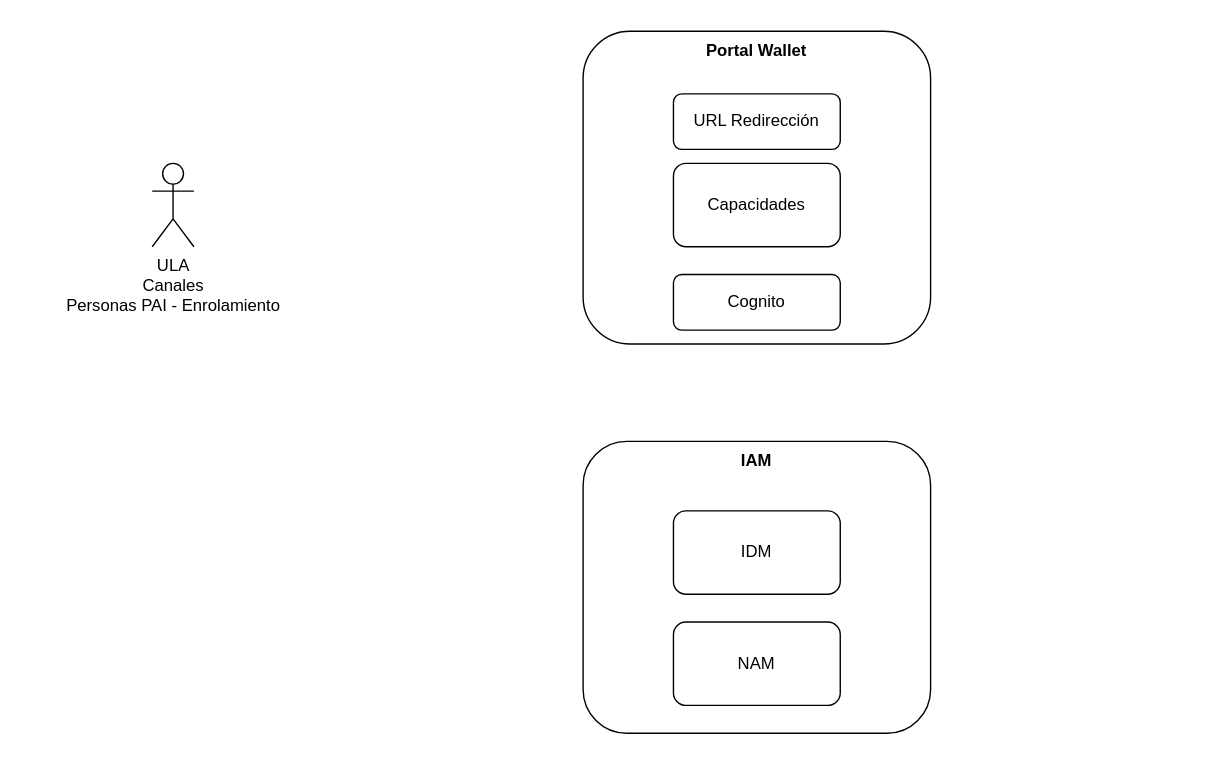
Earlier version of the draw.io diagram IAM - Wallet.drawio (carlosvalderrama1204/diagrams). Source tidied: cells renumbered, new cells numbered last; positions are measured from the earlier drawing's top-left corner, leaving out a move shared by most shapes. Both pictures are drawn from the tidied source at 139%, with x=0, y=0 at pixel (152, 31). Pictures stored in the file or linked from it are replaced by grey dashed boxes.
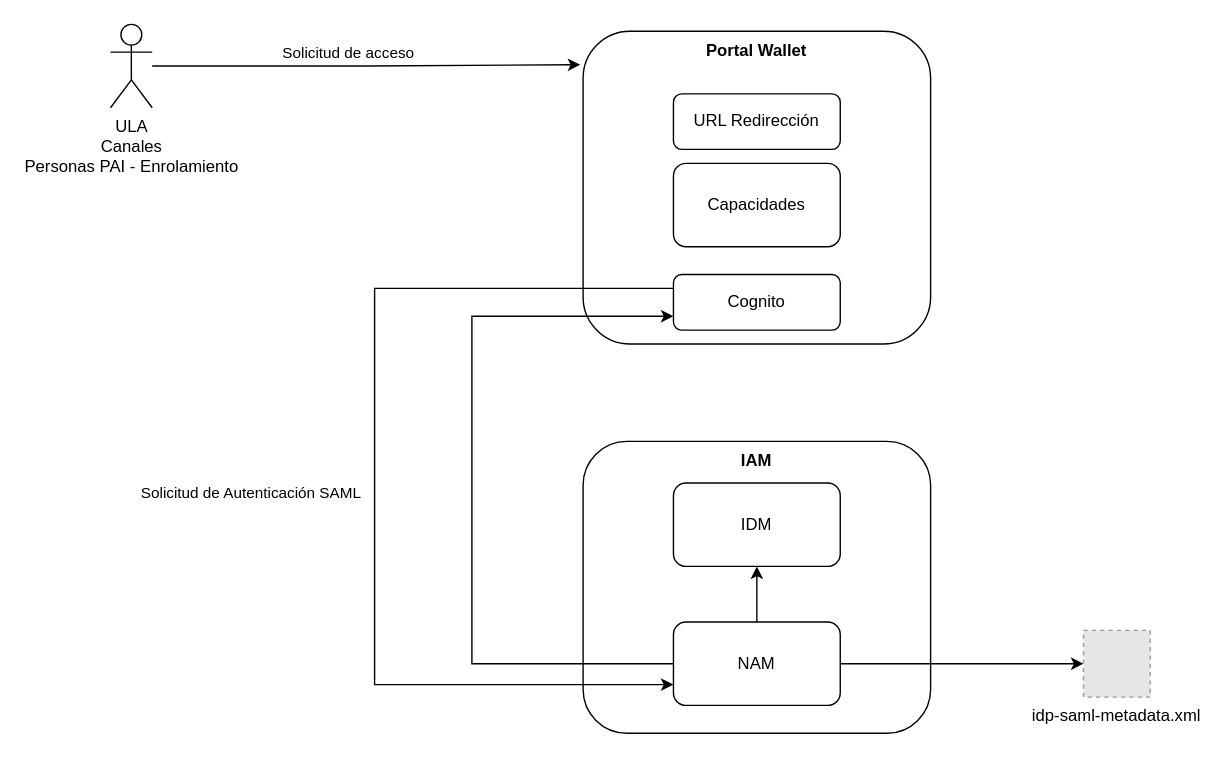
Above is the later version.

Unchanged cells that the change refers to:
```xml
<mxCell id="2" value="Portal Wallet" style="rounded=1;whiteSpace=wrap;html=1;verticalAlign=top;fontStyle=1;" parent="1" vertex="1">
  <mxGeometry x="310" width="250" height="225" as="geometry" />
</mxCell>
<mxCell id="6" value="NAM" style="rounded=1;whiteSpace=wrap;html=1;" parent="1" vertex="1">
  <mxGeometry x="375" y="425" width="120" height="60" as="geometry" />
</mxCell>
<mxCell id="9" value="Cognito" style="rounded=1;whiteSpace=wrap;html=1;" parent="1" vertex="1">
  <mxGeometry x="375" y="175" width="120" height="40" as="geometry" />
</mxCell>
```

Diff of the diagram source:
```diff
@@
     <mxCell id="3" value="ULA&lt;br&gt;Canales&lt;div&gt;Personas PAI - Enrolamiento&lt;/div&gt;" style="shape=umlActor;verticalLabelPosition=bottom;verticalAlign=top;html=1;outlineConnect=0;" parent="1" vertex="1">
-      <mxGeometry y="95" width="30" height="60" as="geometry" />
+      <mxGeometry x="-30" y="-5" width="30" height="60" as="geometry" />
     </mxCell>
@@
     <mxCell id="5" value="IDM" style="rounded=1;whiteSpace=wrap;html=1;" parent="1" vertex="1">
-      <mxGeometry x="375" y="345" width="120" height="60" as="geometry" />
+      <mxGeometry x="375" y="325" width="120" height="60" as="geometry" />
     </mxCell>
+    <mxCell id="10" style="edgeStyle=orthogonalEdgeStyle;rounded=0;jettySize=auto;html=1;" parent="1" edge="1" source="6" target="15">
+      <mxGeometry relative="1" as="geometry" />
+    </mxCell>
+    <mxCell id="11" style="edgeStyle=orthogonalEdgeStyle;rounded=0;jettySize=auto;html=1;entryX=0.5;entryY=1;entryDx=0;entryDy=0;" parent="1" edge="1" source="6" target="5">
+      <mxGeometry relative="1" as="geometry" />
+    </mxCell>
+    <mxCell id="12" style="edgeStyle=orthogonalEdgeStyle;rounded=0;jettySize=auto;html=1;entryX=0;entryY=0.75;entryDx=0;entryDy=0;" parent="1" edge="1" source="6" target="9">
+      <mxGeometry relative="1" as="geometry">
+        <Array as="points">
+          <mxPoint x="230" y="455" />
+          <mxPoint x="230" y="205" />
+        </Array>
+      </mxGeometry>
+    </mxCell>
@@
+    <mxCell id="13" style="edgeStyle=orthogonalEdgeStyle;rounded=0;jettySize=auto;html=1;entryX=0;entryY=0.75;entryDx=0;entryDy=0;" parent="1" edge="1" source="9" target="6">
+      <mxGeometry relative="1" as="geometry">
+        <Array as="points">
+          <mxPoint x="160" y="185" />
+          <mxPoint x="160" y="470" />
+        </Array>
+      </mxGeometry>
+    </mxCell>
+    <mxCell id="14" value="Solicitud de Autenticación SAML" style="edgeLabel;html=1;align=center;verticalAlign=middle;" parent="13" vertex="1">
+      <mxGeometry x="0.05" y="-2" relative="1" as="geometry">
+        <mxPoint x="-88" y="-14" as="offset" />
+      </mxGeometry>
+    </mxCell>
@@
+    <mxCell id="15" value="idp-saml-metadata.xml" style="fillColor=#E6E6E6;strokeColor=#999999;dashed=1;verticalLabelPosition=bottom;labelBackgroundColor=default;verticalAlign=top;" parent="1" vertex="1">
+      <mxGeometry x="670" y="431" width="48" height="48" as="geometry" />
+    </mxCell>
+    <mxCell id="16" style="edgeStyle=orthogonalEdgeStyle;rounded=0;jettySize=auto;html=1;entryX=-0.008;entryY=0.107;entryDx=0;entryDy=0;entryPerimeter=0;" parent="1" edge="1" source="3" target="2">
+      <mxGeometry relative="1" as="geometry" />
+    </mxCell>
+    <mxCell id="17" value="Solicitud de acceso" style="edgeLabel;html=1;align=center;verticalAlign=middle;" parent="16" vertex="1">
+      <mxGeometry x="-0.29" y="3" relative="1" as="geometry">
+        <mxPoint x="30" y="-7" as="offset" />
+      </mxGeometry>
+    </mxCell>
```
